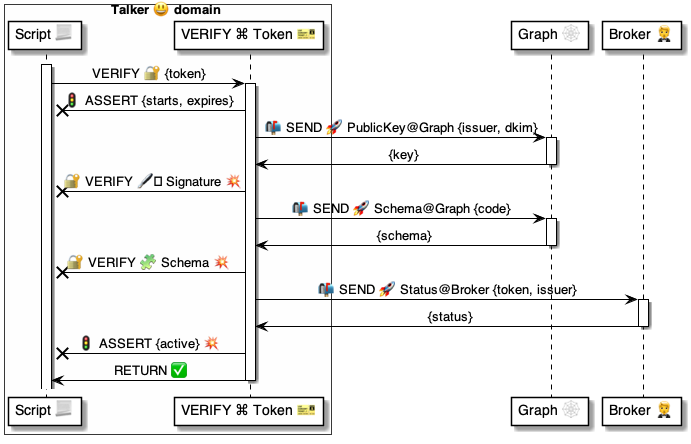
Before: 4 ⚙️ Solution/37 Scripts 📃/📃 Commands ⌘/⌘ for messages 📨/VERIFY 🔐/VERIFY Token 🎫/🔐 VERIFY Token ⚙️ uml.png, a diagram exported from PlantUML (pollyweb-org/pollyweb-docs). Its source is kept beside it as 4 ⚙️ Solution/37 Scripts 📃/📃 Commands ⌘/⌘ for messages 📨/VERIFY 🔐/VERIFY Token 🎫/🔐 VERIFY Token ⚙️ uml.puml.
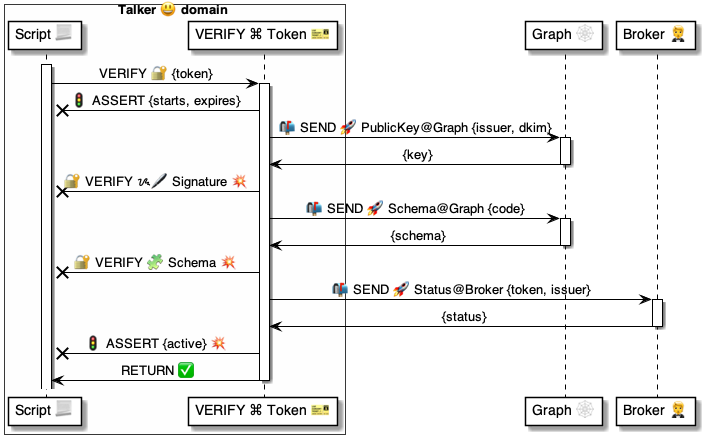
Above is the later version.

The edit, as a diff of the source:
```diff
@@ -20,7 +20,7 @@
         graph -> verify: {key}
     deactivate graph
 
-    verify -x script: 🔐 VERIFY 🖋️ Signature 💥
+    verify -x script: 🔐 VERIFY ᝰ🖊 Signature 💥
 
     verify -> graph: 📬 SEND 🚀 Schema@Graph {code}
     activate graph
```
